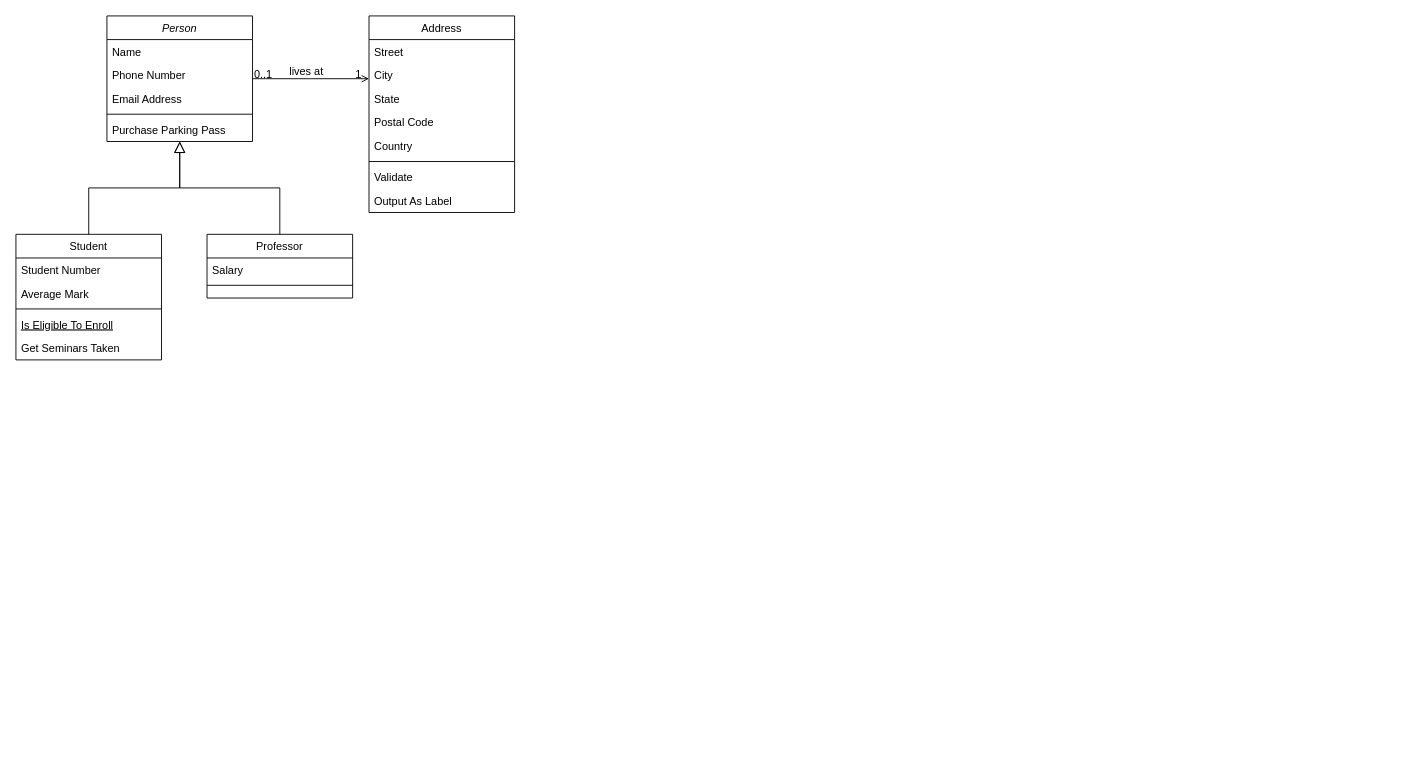
Before: SRC/Fileok/Megnevezetlen diagram.drawio in KTRNinjas/Car-Rental, a draw.io diagram. Source tidied: cells renumbered, new cells numbered last; positions are measured from the earlier drawing's top-left corner, leaving out a move shared by most shapes. Both pictures are drawn from the tidied source at 91%, with x=0, y=0 at pixel (15, 15).
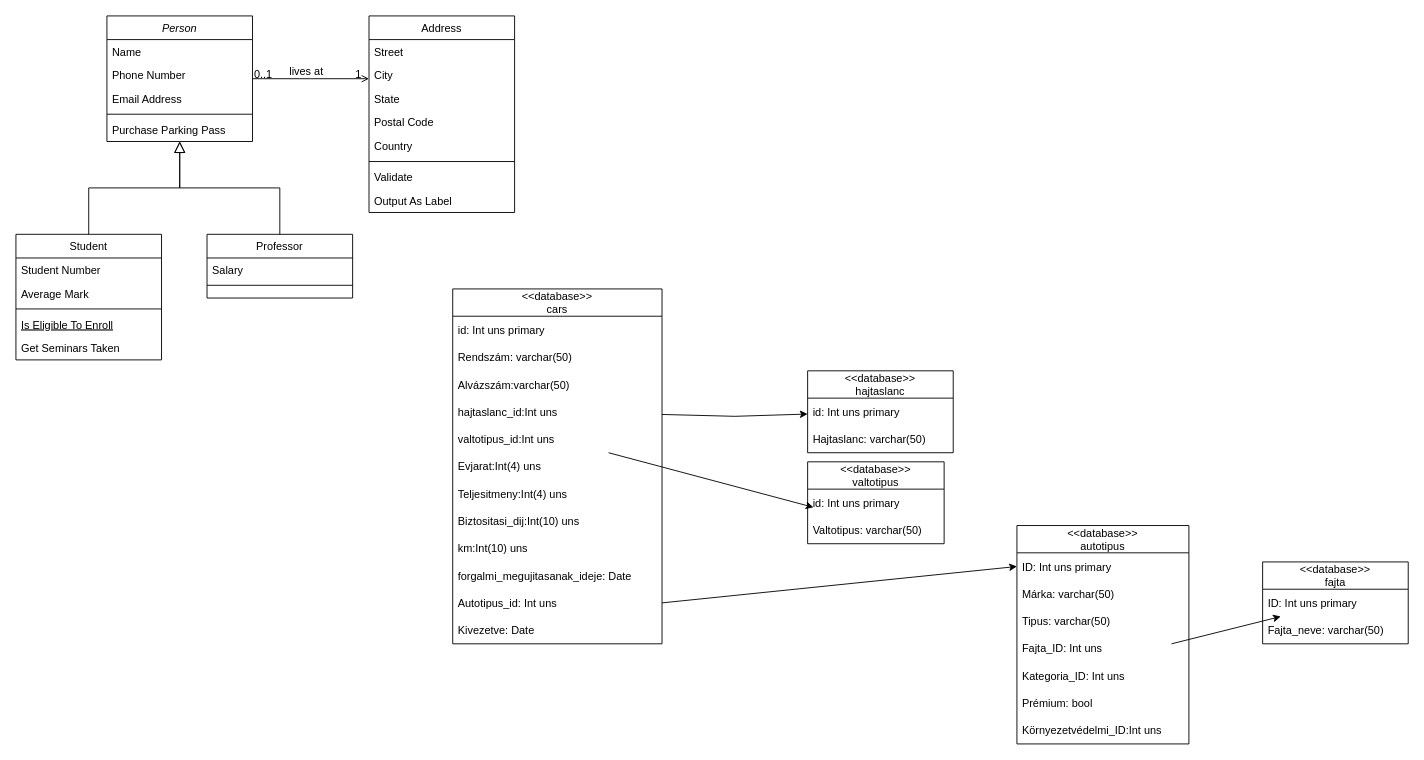
The same diagram, later.

Change to the diagram source:
```diff
@@
+    <mxCell id="32" value="&lt;&lt;database&gt;&gt; &#10;cars" style="swimlane;fontStyle=0;horizontal=1;startSize=30;" parent="1" vertex="1">
+      <mxGeometry x="480" y="300" width="230" height="390" as="geometry" />
+    </mxCell>
+    <mxCell id="33" value="id: Int uns primary" style="text;strokeColor=none;fillColor=none;align=left;verticalAlign=middle;spacingLeft=4;spacingRight=4;overflow=hidden;" parent="32" vertex="1">
+      <mxGeometry y="30" width="230" height="30" as="geometry" />
+    </mxCell>
+    <mxCell id="34" value="Rendszám: varchar(50)" style="text;strokeColor=none;fillColor=none;align=left;verticalAlign=middle;spacingLeft=4;spacingRight=4;overflow=hidden;" parent="32" vertex="1">
+      <mxGeometry y="60" width="230" height="30" as="geometry" />
+    </mxCell>
+    <mxCell id="35" value="Alvázszám:varchar(50)" style="text;strokeColor=none;fillColor=none;align=left;verticalAlign=middle;spacingLeft=4;spacingRight=4;overflow=hidden;" parent="32" vertex="1">
+      <mxGeometry y="90" width="230" height="30" as="geometry" />
+    </mxCell>
+    <mxCell id="36" value="hajtaslanc_id:Int uns" style="text;strokeColor=none;fillColor=none;align=left;verticalAlign=middle;spacingLeft=4;spacingRight=4;overflow=hidden;points=[[0,0.5],[1,0.5]];portConstraint=eastwest;" parent="32" vertex="1">
+      <mxGeometry y="120" width="230" height="30" as="geometry" />
+    </mxCell>
+    <mxCell id="37" value="valtotipus_id:Int uns" style="text;strokeColor=none;fillColor=none;align=left;verticalAlign=middle;spacingLeft=4;spacingRight=4;overflow=hidden;points=[[0,0.5],[1,0.5]];portConstraint=eastwest;" parent="32" vertex="1">
+      <mxGeometry y="150" width="230" height="30" as="geometry" />
+    </mxCell>
+    <mxCell id="38" value="Evjarat:Int(4) uns" style="text;strokeColor=none;fillColor=none;align=left;verticalAlign=middle;spacingLeft=4;spacingRight=4;overflow=hidden;" parent="32" vertex="1">
+      <mxGeometry y="180" width="230" height="30" as="geometry" />
+    </mxCell>
+    <mxCell id="39" value="Teljesitmeny:Int(4) uns" style="text;strokeColor=none;fillColor=none;align=left;verticalAlign=middle;spacingLeft=4;spacingRight=4;overflow=hidden;" parent="32" vertex="1">
+      <mxGeometry y="210" width="230" height="30" as="geometry" />
+    </mxCell>
+    <mxCell id="40" value="Biztositasi_dij:Int(10) uns" style="text;strokeColor=none;fillColor=none;align=left;verticalAlign=middle;spacingLeft=4;spacingRight=4;overflow=hidden;" parent="32" vertex="1">
+      <mxGeometry y="240" width="230" height="30" as="geometry" />
+    </mxCell>
+    <mxCell id="41" value="km:Int(10) uns" style="text;strokeColor=none;fillColor=none;align=left;verticalAlign=middle;spacingLeft=4;spacingRight=4;overflow=hidden;" parent="32" vertex="1">
+      <mxGeometry y="270" width="230" height="30" as="geometry" />
+    </mxCell>
+    <mxCell id="42" value="forgalmi_megujitasanak_ideje: Date" style="text;strokeColor=none;fillColor=none;align=left;verticalAlign=middle;spacingLeft=4;spacingRight=4;overflow=hidden;" parent="32" vertex="1">
+      <mxGeometry y="300" width="230" height="30" as="geometry" />
+    </mxCell>
+    <mxCell id="43" value="Autotipus_id: Int uns" style="text;strokeColor=none;fillColor=none;align=left;verticalAlign=middle;spacingLeft=4;spacingRight=4;overflow=hidden;points=[[0,0.5],[1,0.5]];portConstraint=eastwest;" parent="32" vertex="1">
+      <mxGeometry y="330" width="230" height="30" as="geometry" />
+    </mxCell>
+    <mxCell id="44" value="Kivezetve: Date" style="text;strokeColor=none;fillColor=none;align=left;verticalAlign=middle;spacingLeft=4;spacingRight=4;overflow=hidden;" parent="32" vertex="1">
+      <mxGeometry y="360" width="230" height="30" as="geometry" />
+    </mxCell>
+    <mxCell id="45" value="&lt;&lt;database&gt;&gt; &#10;hajtaslanc" style="swimlane;fontStyle=0;horizontal=1;startSize=30;" parent="1" vertex="1">
+      <mxGeometry x="870" y="390" width="160" height="90" as="geometry" />
+    </mxCell>
+    <mxCell id="46" value="id: Int uns primary" style="text;strokeColor=none;fillColor=none;align=left;verticalAlign=middle;spacingLeft=4;spacingRight=4;overflow=hidden;points=[[0,0.5],[1,0.5]];portConstraint=eastwest;" parent="45" vertex="1">
+      <mxGeometry y="30" width="160" height="30" as="geometry" />
+    </mxCell>
+    <mxCell id="47" value="Hajtaslanc: varchar(50)" style="text;strokeColor=none;fillColor=none;align=left;verticalAlign=middle;spacingLeft=4;spacingRight=4;overflow=hidden;" parent="45" vertex="1">
+      <mxGeometry y="60" width="160" height="30" as="geometry" />
+    </mxCell>
+    <mxCell id="48" style="endArrow=classic;html=1;rounded=0;" parent="1" edge="1" source="36" target="46">
+      <mxGeometry relative="1" as="geometry">
+        <Array as="points">
+          <mxPoint x="790" y="440" />
+        </Array>
+      </mxGeometry>
+    </mxCell>
+    <mxCell id="49" value="&lt;&lt;database&gt;&gt; &#10;valtotipus" style="swimlane;fontStyle=0;horizontal=1;startSize=30;" parent="1" vertex="1">
+      <mxGeometry x="870" y="490" width="150" height="90" as="geometry" />
+    </mxCell>
+    <mxCell id="50" value="id: Int uns primary" style="text;strokeColor=none;fillColor=none;align=left;verticalAlign=middle;spacingLeft=4;spacingRight=4;overflow=hidden;points=[[0,0.5],[1,0.5]];portConstraint=eastwest;" parent="49" vertex="1">
+      <mxGeometry y="30" width="150" height="30" as="geometry" />
+    </mxCell>
+    <mxCell id="51" value="Valtotipus: varchar(50)" style="text;strokeColor=none;fillColor=none;align=left;verticalAlign=middle;spacingLeft=4;spacingRight=4;overflow=hidden;" parent="49" vertex="1">
+      <mxGeometry y="60" width="150" height="30" as="geometry" />
+    </mxCell>
+    <mxCell id="52" style="endArrow=classic;html=1;rounded=0;entryX=0.043;entryY=0.667;entryDx=0;entryDy=0;entryPerimeter=0;" parent="1" edge="1" source="37" target="50">
+      <mxGeometry relative="1" as="geometry" />
+    </mxCell>
+    <mxCell id="53" value="&lt;&lt;database&gt;&gt; &#10;autotipus" style="swimlane;fontStyle=0;horizontal=1;startSize=30;" parent="1" vertex="1">
+      <mxGeometry x="1100" y="560" width="189" height="240" as="geometry" />
+    </mxCell>
+    <mxCell id="54" value="ID: Int uns primary" style="text;strokeColor=none;fillColor=none;align=left;verticalAlign=middle;spacingLeft=4;spacingRight=4;overflow=hidden;points=[[0,0.5],[1,0.5]];portConstraint=eastwest;" parent="53" vertex="1">
+      <mxGeometry y="30" width="189" height="30" as="geometry" />
+    </mxCell>
+    <mxCell id="55" value="Márka: varchar(50)" style="text;strokeColor=none;fillColor=none;align=left;verticalAlign=middle;spacingLeft=4;spacingRight=4;overflow=hidden;" parent="53" vertex="1">
+      <mxGeometry y="60" width="189" height="30" as="geometry" />
+    </mxCell>
+    <mxCell id="56" value="Tipus: varchar(50)" style="text;strokeColor=none;fillColor=none;align=left;verticalAlign=middle;spacingLeft=4;spacingRight=4;overflow=hidden;" parent="53" vertex="1">
+      <mxGeometry y="90" width="189" height="30" as="geometry" />
+    </mxCell>
+    <mxCell id="57" value="Fajta_ID: Int uns" style="text;strokeColor=none;fillColor=none;align=left;verticalAlign=middle;spacingLeft=4;spacingRight=4;overflow=hidden;points=[[0,0.5],[1,0.5]];portConstraint=eastwest;" parent="53" vertex="1">
+      <mxGeometry y="120" width="189" height="30" as="geometry" />
+    </mxCell>
+    <mxCell id="58" value="Kategoria_ID: Int uns" style="text;strokeColor=none;fillColor=none;align=left;verticalAlign=middle;spacingLeft=4;spacingRight=4;overflow=hidden;" parent="53" vertex="1">
+      <mxGeometry y="150" width="189" height="30" as="geometry" />
+    </mxCell>
+    <mxCell id="59" value="Prémium: bool" style="text;strokeColor=none;fillColor=none;align=left;verticalAlign=middle;spacingLeft=4;spacingRight=4;overflow=hidden;" parent="53" vertex="1">
+      <mxGeometry y="180" width="189" height="30" as="geometry" />
+    </mxCell>
+    <mxCell id="60" value="Környezetvédelmi_ID:Int uns" style="text;strokeColor=none;fillColor=none;align=left;verticalAlign=middle;spacingLeft=4;spacingRight=4;overflow=hidden;" parent="53" vertex="1">
+      <mxGeometry y="210" width="189" height="30" as="geometry" />
+    </mxCell>
+    <mxCell id="61" style="endArrow=classic;html=1;rounded=0;exitX=1;exitY=0.5;exitDx=0;exitDy=0;entryX=0;entryY=0.5;entryDx=0;entryDy=0;" parent="1" edge="1" source="43" target="54">
+      <mxGeometry relative="1" as="geometry" />
+    </mxCell>
+    <mxCell id="62" value="&lt;&lt;database&gt;&gt; &#10;fajta" style="swimlane;fontStyle=0;horizontal=1;startSize=30;" parent="1" vertex="1">
+      <mxGeometry x="1370" y="600" width="160" height="90" as="geometry" />
+    </mxCell>
+    <mxCell id="63" value="ID: Int uns primary" style="text;strokeColor=none;fillColor=none;align=left;verticalAlign=middle;spacingLeft=4;spacingRight=4;overflow=hidden;points=[[0,0.5],[1,0.5]];portConstraint=eastwest;" parent="62" vertex="1">
+      <mxGeometry y="30" width="160" height="30" as="geometry" />
+    </mxCell>
+    <mxCell id="64" value="Fajta_neve: varchar(50)" style="text;strokeColor=none;fillColor=none;align=left;verticalAlign=middle;spacingLeft=4;spacingRight=4;overflow=hidden;" parent="62" vertex="1">
+      <mxGeometry y="60" width="160" height="30" as="geometry" />
+    </mxCell>
+    <mxCell id="65" style="endArrow=classic;html=1;rounded=0;exitX=0.899;exitY=0.333;exitDx=0;exitDy=0;exitPerimeter=0;" parent="1" edge="1" source="57" target="63">
+      <mxGeometry relative="1" as="geometry" />
+    </mxCell>
```
